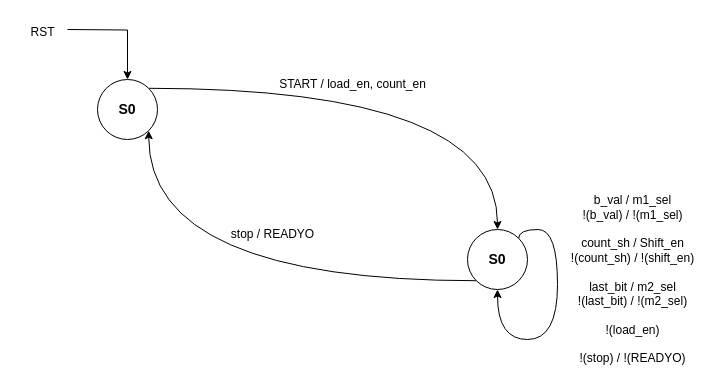
The draw.io diagram page "controller" (3 of 3) of Moazzam/doc/Untitled Diagram.drawio in medsuet/Xcelerium-IC-Design-Training, before the edit. Source tidied: cells renumbered, new cells numbered last; positions are measured from the earlier drawing's top-left corner, leaving out a move shared by most shapes. Both pictures are drawn from the tidied source at 100%, with x=0, y=0 at pixel (17, 17).
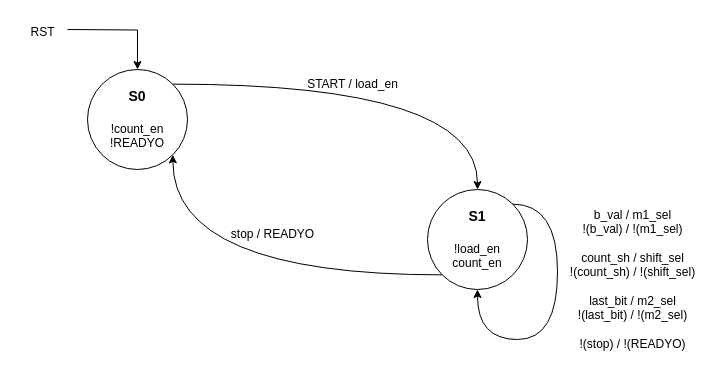
The same page after the edit.

Change to the diagram source:
```diff
@@
 <mxGraphModel>
   <root>
     <mxCell id="0" />
     <mxCell id="1" parent="0" />
     <mxCell id="2" style="edgeStyle=orthogonalEdgeStyle;rounded=0;jettySize=auto;html=1;exitX=1;exitY=0;exitDx=0;exitDy=0;entryX=0.5;entryY=0;entryDx=0;entryDy=0;curved=1;" parent="1" edge="1" source="4" target="6">
       <mxGeometry relative="1" as="geometry" />
     </mxCell>
     <mxCell id="3" style="edgeStyle=orthogonalEdgeStyle;rounded=0;jettySize=auto;html=1;exitX=0.5;exitY=0;exitDx=0;exitDy=0;entryX=0.5;entryY=0;entryDx=0;entryDy=0;" parent="1" edge="1" target="4">
       <mxGeometry relative="1" as="geometry">
         <mxPoint x="50" y="12" as="sourcePoint" />
       </mxGeometry>
     </mxCell>
-    <mxCell id="4" value="&lt;font style=&quot;font-size: 14px;&quot;&gt;&lt;b&gt;S0&lt;/b&gt;&lt;/font&gt;" style="ellipse;whiteSpace=wrap;html=1;" parent="1" vertex="1">
-      <mxGeometry x="80" y="62" width="60" height="60" as="geometry" />
+    <mxCell id="4" value="&lt;font style=&quot;font-size: 14px;&quot;&gt;&lt;b&gt;S0&lt;/b&gt;&lt;/font&gt;&lt;div&gt;&lt;font style=&quot;font-size: 14px;&quot;&gt;&lt;b&gt;&lt;br&gt;&lt;/b&gt;&lt;/font&gt;&lt;/div&gt;&lt;div style=&quot;&quot;&gt;&lt;font style=&quot;font-size: 12px;&quot;&gt;!count_en&lt;/font&gt;&lt;/div&gt;&lt;div style=&quot;&quot;&gt;&lt;font style=&quot;font-size: 12px;&quot;&gt;!READYO&lt;/font&gt;&lt;/div&gt;" style="ellipse;whiteSpace=wrap;html=1;" parent="1" vertex="1">
+      <mxGeometry x="70" y="52" width="100" height="100" as="geometry" />
     </mxCell>
     <mxCell id="5" style="edgeStyle=orthogonalEdgeStyle;rounded=0;jettySize=auto;html=1;exitX=0;exitY=1;exitDx=0;exitDy=0;entryX=1;entryY=1;entryDx=0;entryDy=0;curved=1;" parent="1" edge="1" source="6" target="4">
       <mxGeometry relative="1" as="geometry" />
     </mxCell>
-    <mxCell id="6" value="&lt;font style=&quot;font-size: 14px;&quot;&gt;&lt;b&gt;S0&lt;/b&gt;&lt;/font&gt;" style="ellipse;whiteSpace=wrap;html=1;" parent="1" vertex="1">
-      <mxGeometry x="450" y="212" width="60" height="60" as="geometry" />
+    <mxCell id="6" value="&lt;font style=&quot;font-size: 14px;&quot;&gt;&lt;b&gt;S1&lt;/b&gt;&lt;/font&gt;&lt;div&gt;&lt;font style=&quot;font-size: 14px;&quot;&gt;&lt;b&gt;&lt;br&gt;&lt;/b&gt;&lt;/font&gt;&lt;/div&gt;&lt;div style=&quot;&quot;&gt;&lt;font style=&quot;font-size: 12px;&quot;&gt;!load_en&lt;/font&gt;&lt;/div&gt;&lt;div style=&quot;&quot;&gt;&lt;font style=&quot;font-size: 12px;&quot;&gt;count_en&lt;/font&gt;&lt;/div&gt;" style="ellipse;whiteSpace=wrap;html=1;" parent="1" vertex="1">
+      <mxGeometry x="410" y="172" width="100" height="100" as="geometry" />
     </mxCell>
     <mxCell id="7" value="RST" style="text;html=1;align=center;verticalAlign=middle;strokeColor=none;fillColor=none;" parent="1" vertex="1">
       <mxGeometry width="50" height="30" as="geometry" />
     </mxCell>
-    <mxCell id="8" value="START / load_en, count_en" style="text;html=1;align=center;verticalAlign=middle;strokeColor=none;fillColor=none;" parent="1" vertex="1">
-      <mxGeometry x="250" y="52" width="170" height="30" as="geometry" />
+    <mxCell id="8" value="START / load_en" style="text;html=1;align=center;verticalAlign=middle;strokeColor=none;fillColor=none;" parent="1" vertex="1">
+      <mxGeometry x="280" y="52" width="110" height="30" as="geometry" />
     </mxCell>
     <mxCell id="9" style="edgeStyle=orthogonalEdgeStyle;rounded=0;orthogonalLoop=1;jettySize=auto;html=1;exitX=1;exitY=0;exitDx=0;exitDy=0;entryX=0.5;entryY=1;entryDx=0;entryDy=0;curved=1;" parent="1" edge="1" source="6" target="6">
       <mxGeometry relative="1" as="geometry">
         <Array as="points">
-          <mxPoint x="501" y="212" />
-          <mxPoint x="540" y="212" />
+          <mxPoint x="540" y="187" />
           <mxPoint x="540" y="322" />
-          <mxPoint x="480" y="322" />
+          <mxPoint x="460" y="322" />
         </Array>
       </mxGeometry>
     </mxCell>
-    <mxCell id="10" value="b_val / m1_sel&lt;div&gt;!(b_val) / !(m1_sel)&lt;/div&gt;&lt;div&gt;&lt;br&gt;&lt;/div&gt;&lt;div&gt;count_sh / Shift_en&lt;/div&gt;&lt;div&gt;!(count_sh) / !(shift_en)&lt;/div&gt;&lt;div&gt;&lt;br&gt;&lt;/div&gt;&lt;div&gt;last_bit / m2_sel&lt;/div&gt;&lt;div&gt;!(last_bit) / !(m2_sel)&lt;/div&gt;&lt;div&gt;&lt;br&gt;&lt;/div&gt;&lt;div&gt;!(load_en)&lt;/div&gt;&lt;div&gt;&lt;br&gt;&lt;/div&gt;&lt;div&gt;!(stop) / !(READYO)&lt;/div&gt;" style="text;html=1;align=center;verticalAlign=middle;strokeColor=none;fillColor=none;" parent="1" vertex="1">
-      <mxGeometry x="540" y="167" width="150" height="190" as="geometry" />
+    <mxCell id="10" value="b_val / m1_sel&lt;div&gt;!(b_val) / !(m1_sel)&lt;/div&gt;&lt;div&gt;&lt;br&gt;&lt;/div&gt;&lt;div&gt;count_sh / shift_sel&lt;/div&gt;&lt;div&gt;!(count_sh) / !(shift_sel)&lt;/div&gt;&lt;div&gt;&lt;br&gt;&lt;/div&gt;&lt;div&gt;last_bit / m2_sel&lt;/div&gt;&lt;div&gt;!(last_bit) / !(m2_sel)&lt;/div&gt;&lt;div&gt;&lt;br&gt;&lt;/div&gt;&lt;div&gt;!(stop) / !(READYO)&lt;/div&gt;" style="text;html=1;align=center;verticalAlign=middle;strokeColor=none;fillColor=none;" parent="1" vertex="1">
+      <mxGeometry x="540" y="182" width="150" height="160" as="geometry" />
     </mxCell>
     <mxCell id="11" value="stop / READYO" style="text;html=1;align=center;verticalAlign=middle;strokeColor=none;fillColor=none;" parent="1" vertex="1">
       <mxGeometry x="200" y="202" width="110" height="30" as="geometry" />
     </mxCell>
   </root>
 </mxGraphModel>
```
